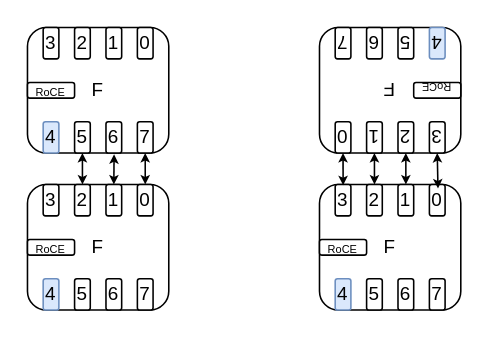
Above: 双Die.drawio in yunruowu/hellow-world1 (draw.io), before the change. Source tidied: cells renumbered, new cells numbered last; positions are measured from the earlier drawing's top-left corner, leaving out a move shared by most shapes. Both pictures are drawn from the tidied source at 157%, with x=0, y=0 at pixel (27, 27).
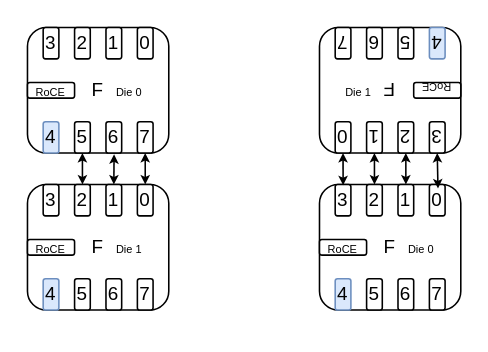
Above is the later version.

The change refers to these unchanged cells:
```xml
<mxCell id="2" style="group;" parent="1" vertex="1">
  <mxGeometry width="90" height="80" as="geometry" />
</mxCell>
<mxCell id="14" style="group;" parent="1" vertex="1">
  <mxGeometry y="100" width="90" height="80" as="geometry" />
</mxCell>
<mxCell id="28" style="group;" parent="1" vertex="1">
  <mxGeometry x="186" y="100" width="90" height="80" as="geometry" />
</mxCell>
<mxCell id="40" style="group;rotation=-180;" parent="1" vertex="1">
  <mxGeometry x="186" width="90" height="80" as="geometry" />
</mxCell>
```

Diff of the diagram source:
```diff
@@
+    <mxCell id="55" value="&lt;div style=&quot;text-align: justify;&quot;&gt;&lt;span style=&quot;font-size: 7px; background-color: transparent; color: light-dark(rgb(0, 0, 0), rgb(255, 255, 255));&quot;&gt;Die 0&lt;/span&gt;&lt;/div&gt;" style="rounded=1;whiteSpace=wrap;html=1;align=center;strokeColor=none;" parent="2" vertex="1">
+      <mxGeometry x="50" y="35" width="30" height="10" as="geometry" />
+    </mxCell>
@@
+    <mxCell id="56" value="&lt;div style=&quot;text-align: justify;&quot;&gt;&lt;span style=&quot;font-size: 7px; background-color: transparent; color: light-dark(rgb(0, 0, 0), rgb(255, 255, 255));&quot;&gt;Die 1&lt;/span&gt;&lt;/div&gt;" style="rounded=1;whiteSpace=wrap;html=1;align=center;strokeColor=none;" parent="14" vertex="1">
+      <mxGeometry x="50" y="35" width="30" height="10" as="geometry" />
+    </mxCell>
@@
+    <mxCell id="57" value="&lt;div style=&quot;text-align: justify;&quot;&gt;&lt;span style=&quot;font-size: 7px; background-color: transparent; color: light-dark(rgb(0, 0, 0), rgb(255, 255, 255));&quot;&gt;Die 0&lt;/span&gt;&lt;/div&gt;" style="rounded=1;whiteSpace=wrap;html=1;align=center;strokeColor=none;" parent="28" vertex="1">
+      <mxGeometry x="50" y="35" width="30" height="10" as="geometry" />
+    </mxCell>
@@
+    <mxCell id="58" value="&lt;div style=&quot;text-align: justify;&quot;&gt;&lt;span style=&quot;font-size: 7px; background-color: transparent; color: light-dark(rgb(0, 0, 0), rgb(255, 255, 255));&quot;&gt;Die 1&lt;/span&gt;&lt;/div&gt;" style="rounded=1;whiteSpace=wrap;html=1;align=center;strokeColor=none;" parent="40" vertex="1">
+      <mxGeometry x="10" y="35" width="30" height="10" as="geometry" />
+    </mxCell>
```
